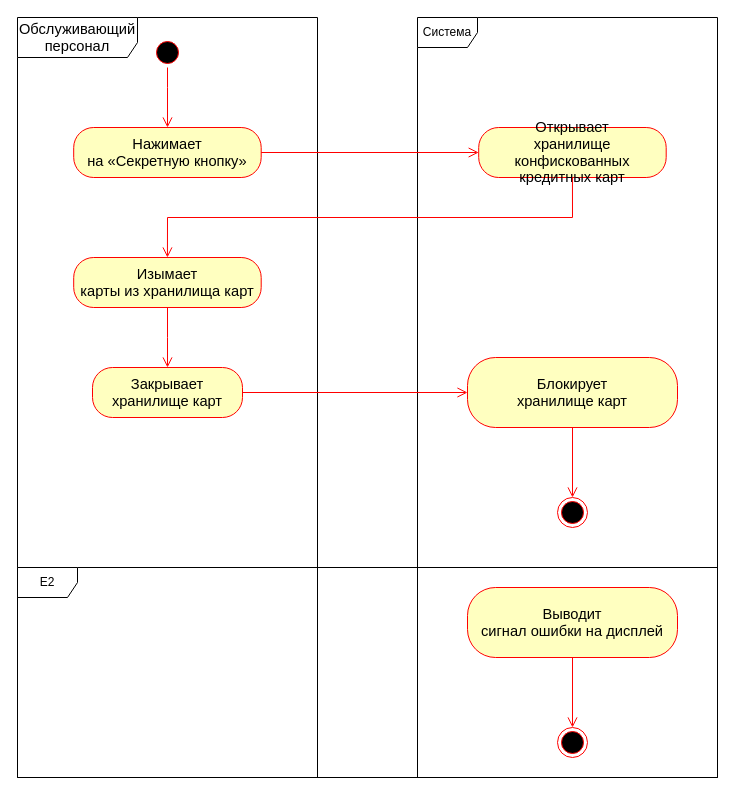
The draw.io diagram page "Забрать конфискованные кредитные карты" (5 of 5) of папс/Банкомат/Банкомат Активность.drawio in KvoERR/pnrpu-3rd-year, before the edit. Source tidied: cells renumbered, new cells numbered last; positions are measured from the earlier drawing's top-left corner, leaving out a move shared by most shapes. Both pictures are drawn from the tidied source at 100%, with x=0, y=0 at pixel (17, 17).
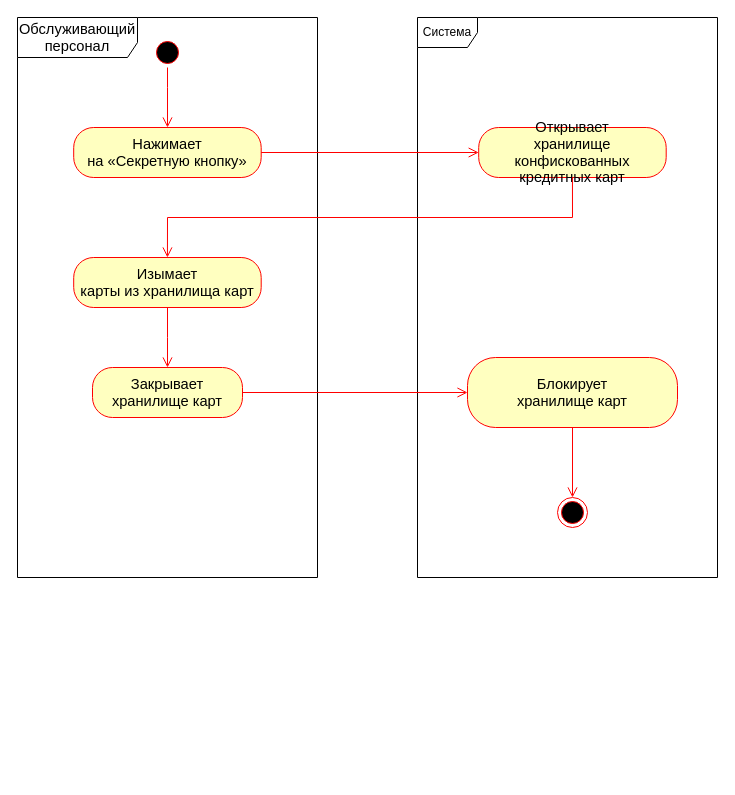
Above is the later version.

Diff of the diagram source:
```diff
@@
     <mxCell id="2" value="&lt;span style=&quot;font-size:11.0pt;line-height:115%;&lt;br/&gt;font-family:&amp;quot;Calibri&amp;quot;,sans-serif;mso-ascii-theme-font:minor-latin;mso-fareast-font-family:&lt;br/&gt;Calibri;mso-fareast-theme-font:minor-latin;mso-hansi-theme-font:minor-latin;&lt;br/&gt;mso-bidi-font-family:&amp;quot;Times New Roman&amp;quot;;mso-bidi-theme-font:minor-bidi;&lt;br/&gt;mso-ansi-language:RU;mso-fareast-language:EN-US;mso-bidi-language:AR-SA&quot;&gt;Обслуживающий&lt;br/&gt;персонал&lt;/span&gt;" style="shape=umlFrame;whiteSpace=wrap;html=1;width=120;height=40;" parent="1" vertex="1">
-      <mxGeometry width="300" height="760" as="geometry" />
+      <mxGeometry width="300" height="560" as="geometry" />
     </mxCell>
@@
     <mxCell id="7" value="Система" style="shape=umlFrame;whiteSpace=wrap;html=1;" parent="1" vertex="1">
-      <mxGeometry x="400" width="300" height="760" as="geometry" />
+      <mxGeometry x="400" width="300" height="560" as="geometry" />
     </mxCell>
@@
-    <mxCell id="17" value="E2" style="shape=umlFrame;whiteSpace=wrap;html=1;" parent="1" vertex="1">
-      <mxGeometry y="550" width="700" height="210" as="geometry" />
-    </mxCell>
-    <mxCell id="18" value="&lt;span style=&quot;font-size:11.0pt;line-height:115%;&lt;br/&gt;font-family:&amp;quot;Calibri&amp;quot;,sans-serif;mso-ascii-theme-font:minor-latin;mso-fareast-font-family:&lt;br/&gt;Calibri;mso-fareast-theme-font:minor-latin;mso-hansi-theme-font:minor-latin;&lt;br/&gt;mso-bidi-font-family:&amp;quot;Times New Roman&amp;quot;;mso-bidi-theme-font:minor-bidi;&lt;br/&gt;mso-ansi-language:RU;mso-fareast-language:EN-US;mso-bidi-language:AR-SA&quot;&gt;Выводит&lt;br/&gt;сигнал ошибки на дисплей&lt;/span&gt;" style="rounded=1;whiteSpace=wrap;html=1;arcSize=40;fontColor=#000000;fillColor=#ffffc0;strokeColor=#ff0000;" parent="1" vertex="1">
-      <mxGeometry x="450" y="570" width="210" height="70" as="geometry" />
-    </mxCell>
-    <mxCell id="19" style="ellipse;html=1;shape=endState;fillColor=#000000;strokeColor=#ff0000;" parent="1" vertex="1">
-      <mxGeometry x="540" y="710" width="30" height="30" as="geometry" />
-    </mxCell>
-    <mxCell id="20" style="edgeStyle=orthogonalEdgeStyle;html=1;verticalAlign=bottom;endArrow=open;endSize=8;strokeColor=#ff0000;rounded=0;entryX=0.5;entryY=0;entryDx=0;entryDy=0;exitX=0.5;exitY=1;exitDx=0;exitDy=0;" parent="1" edge="1" source="18" target="19">
-      <mxGeometry relative="1" as="geometry" />
-    </mxCell>
```
